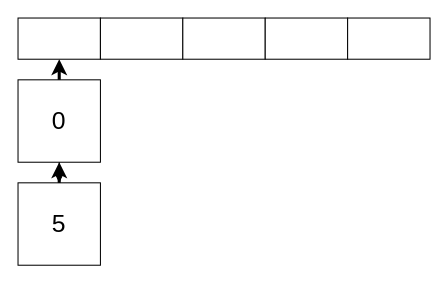
Above: course10/separate_chaining.drawio in moonbitlang/moonbit-course (draw.io), before the change. Source tidied: cells renumbered, new cells numbered last; positions are measured from the earlier drawing's top-left corner, leaving out a move shared by most shapes. Both pictures are drawn from the tidied source at 103%, with x=0, y=0 at pixel (18, 18).
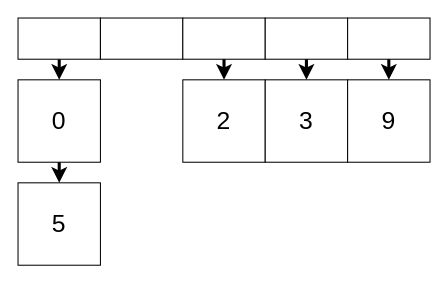
Above is the later version.

Change to the diagram source:
```diff
@@
 <mxGraphModel>
   <root>
     <mxCell id="0" />
     <mxCell id="1" parent="0" />
     <mxCell id="2" value="0" style="whiteSpace=wrap;html=1;fontSize=24;" parent="1" vertex="1">
       <mxGeometry y="60" width="80" height="80" as="geometry" />
     </mxCell>
-    <mxCell id="3" style="endArrow=classic;html=1;rounded=0;strokeWidth=3;" parent="1" edge="1" source="2">
-      <mxGeometry relative="1" as="geometry">
-        <mxPoint x="40" y="40" as="targetPoint" />
-      </mxGeometry>
+    <mxCell id="3" style="endArrow=classic;html=1;rounded=0;strokeWidth=3;exitX=0.5;exitY=1;exitDx=0;exitDy=0;" parent="1" edge="1" source="4" target="2">
+      <mxGeometry relative="1" as="geometry" />
     </mxCell>
     <mxCell id="4" style="rounded=0;whiteSpace=wrap;html=1;" parent="1" vertex="1">
       <mxGeometry width="80" height="40" as="geometry" />
     </mxCell>
     <mxCell id="5" style="rounded=0;whiteSpace=wrap;html=1;" parent="1" vertex="1">
       <mxGeometry x="80" width="80" height="40" as="geometry" />
     </mxCell>
     <mxCell id="6" style="rounded=0;whiteSpace=wrap;html=1;" parent="1" vertex="1">
       <mxGeometry x="160" width="80" height="40" as="geometry" />
     </mxCell>
     <mxCell id="7" style="rounded=0;whiteSpace=wrap;html=1;" parent="1" vertex="1">
       <mxGeometry x="240" width="80" height="40" as="geometry" />
     </mxCell>
     <mxCell id="8" style="rounded=0;whiteSpace=wrap;html=1;" parent="1" vertex="1">
       <mxGeometry x="320" width="80" height="40" as="geometry" />
     </mxCell>
-    <mxCell id="9" style="edgeStyle=orthogonalEdgeStyle;rounded=0;jettySize=auto;html=1;" parent="1" edge="1" source="2" target="10">
-      <mxGeometry relative="1" as="geometry" />
-    </mxCell>
     <mxCell id="10" value="5" style="whiteSpace=wrap;html=1;fontSize=24;" parent="1" vertex="1">
       <mxGeometry y="160" width="80" height="80" as="geometry" />
     </mxCell>
-    <mxCell id="11" style="endArrow=classic;html=1;rounded=0;strokeWidth=3;" parent="1" edge="1" source="10">
-      <mxGeometry relative="1" as="geometry">
-        <mxPoint x="40" y="140" as="targetPoint" />
-      </mxGeometry>
+    <mxCell id="11" style="endArrow=classic;html=1;rounded=0;strokeWidth=3;entryX=0.5;entryY=0;entryDx=0;entryDy=0;exitX=0.5;exitY=1;exitDx=0;exitDy=0;" parent="1" edge="1" source="2" target="10">
+      <mxGeometry relative="1" as="geometry" />
     </mxCell>
+    <mxCell id="12" value="2" style="whiteSpace=wrap;html=1;fontSize=24;" parent="1" vertex="1">
+      <mxGeometry x="160" y="60" width="80" height="80" as="geometry" />
+    </mxCell>
+    <mxCell id="13" style="endArrow=classic;html=1;rounded=0;strokeWidth=3;exitX=0.5;exitY=1;exitDx=0;exitDy=0;" parent="1" edge="1" target="12">
+      <mxGeometry relative="1" as="geometry">
+        <mxPoint x="200" y="40" as="sourcePoint" />
+      </mxGeometry>
+    </mxCell>
+    <mxCell id="14" value="3" style="whiteSpace=wrap;html=1;fontSize=24;" parent="1" vertex="1">
+      <mxGeometry x="240" y="60" width="80" height="80" as="geometry" />
+    </mxCell>
+    <mxCell id="15" style="endArrow=classic;html=1;rounded=0;strokeWidth=3;exitX=0.5;exitY=1;exitDx=0;exitDy=0;" parent="1" edge="1" target="14">
+      <mxGeometry relative="1" as="geometry">
+        <mxPoint x="280" y="40" as="sourcePoint" />
+      </mxGeometry>
+    </mxCell>
+    <mxCell id="16" value="9" style="whiteSpace=wrap;html=1;fontSize=24;" parent="1" vertex="1">
+      <mxGeometry x="320" y="60" width="80" height="80" as="geometry" />
+    </mxCell>
+    <mxCell id="17" style="endArrow=classic;html=1;rounded=0;strokeWidth=3;exitX=0.5;exitY=1;exitDx=0;exitDy=0;entryX=0.5;entryY=0;entryDx=0;entryDy=0;" parent="1" edge="1" source="8" target="16">
+      <mxGeometry relative="1" as="geometry" />
+    </mxCell>
   </root>
 </mxGraphModel>
```
